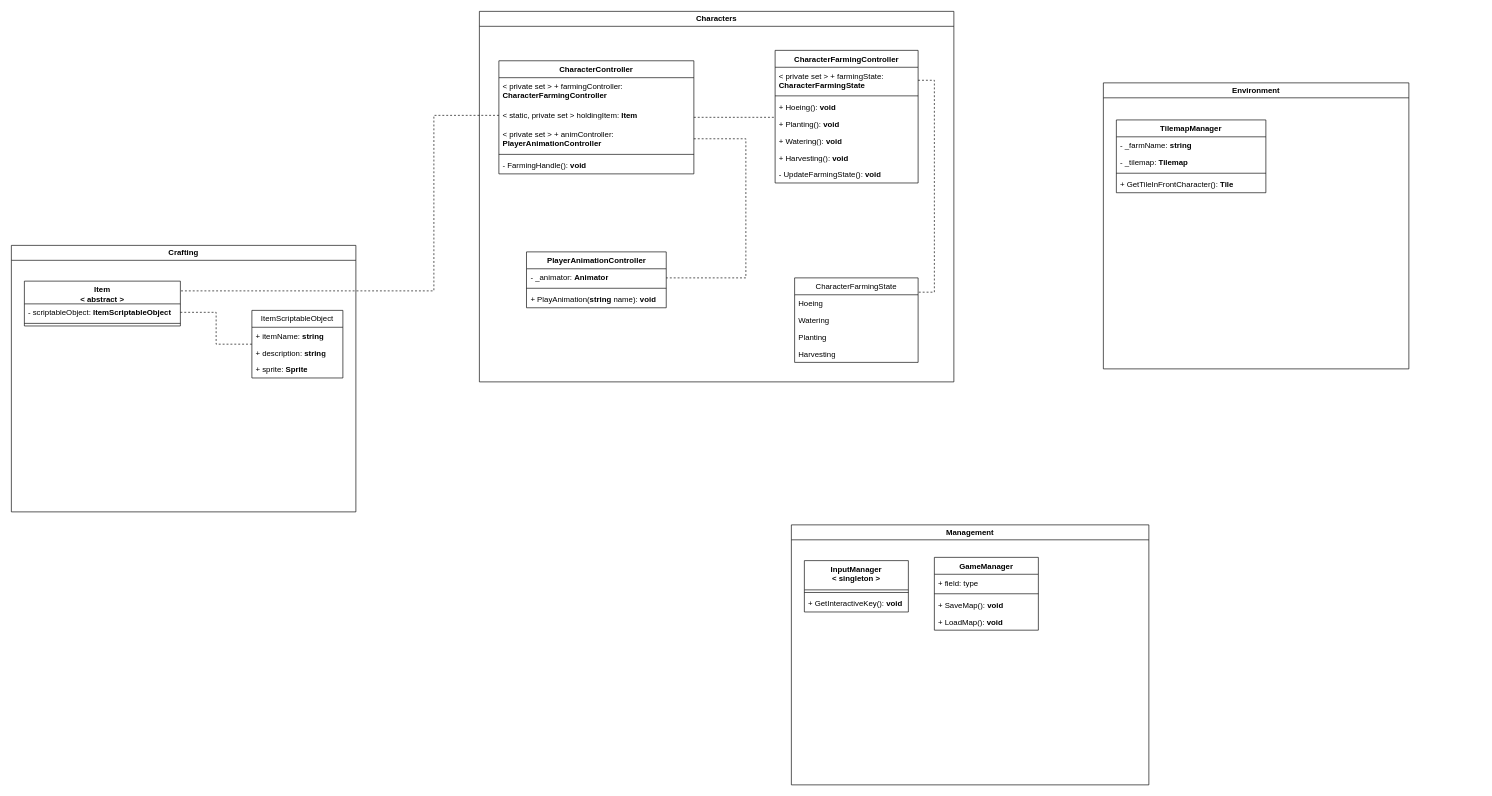
Earlier version of the draw.io diagram page "draft_farming" (3 of 4) of Document/Diagrams/sunny_field_classes.drawio (linhh563/sunny-fields). Source tidied: cells renumbered, new cells numbered last; positions are measured from the earlier drawing's top-left corner, leaving out a move shared by most shapes. Both pictures are drawn from the tidied source at 65%, with x=0, y=0 at pixel (11, 11).
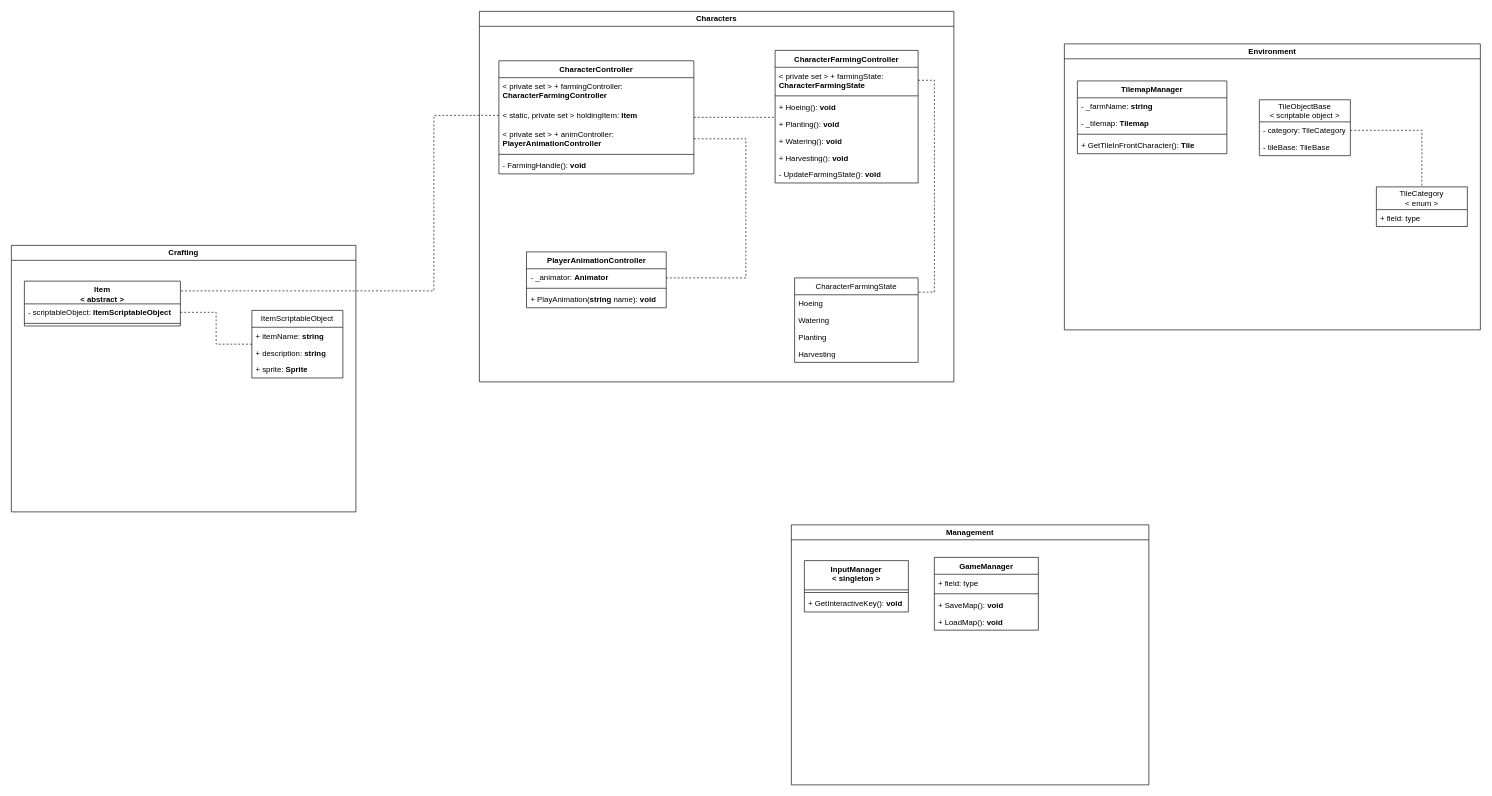
The same diagram, later.

Diff of the diagram source:
```diff
@@
     <mxCell id="2" value="Environment" style="swimlane;whiteSpace=wrap;html=1;" parent="1" vertex="1">
-      <mxGeometry x="1680" y="110" width="470" height="440" as="geometry" />
+      <mxGeometry x="1620" y="50" width="640" height="440" as="geometry" />
     </mxCell>
@@
+    <mxCell id="54" value="TileObjectBase&lt;div&gt;&amp;lt; scriptable object &amp;gt;&lt;/div&gt;" style="swimlane;fontStyle=0;horizontal=1;startSize=34;fillColor=none;whiteSpace=wrap;html=1;" parent="2" vertex="1">
+      <mxGeometry x="300" y="86" width="140" height="86" as="geometry" />
+    </mxCell>
+    <mxCell id="55" value="- category: TileCategory" style="text;strokeColor=none;fillColor=none;align=left;verticalAlign=top;spacingLeft=4;spacingRight=4;overflow=hidden;points=[[0,0.5],[1,0.5]];portConstraint=eastwest;whiteSpace=wrap;html=1;" parent="54" vertex="1">
+      <mxGeometry y="34" width="140" height="26" as="geometry" />
+    </mxCell>
+    <mxCell id="56" value="- tileBase: TileBase" style="text;strokeColor=none;fillColor=none;align=left;verticalAlign=top;spacingLeft=4;spacingRight=4;overflow=hidden;whiteSpace=wrap;html=1;" parent="54" vertex="1">
+      <mxGeometry y="60" width="140" height="26" as="geometry" />
+    </mxCell>
+    <mxCell id="57" value="TileCategory&lt;div&gt;&amp;lt; enum &amp;gt;&lt;/div&gt;" style="swimlane;fontStyle=0;horizontal=1;startSize=35;fillColor=none;whiteSpace=wrap;html=1;" parent="2" vertex="1">
+      <mxGeometry x="480" y="220" width="140" height="61" as="geometry" />
+    </mxCell>
+    <mxCell id="58" value="+ field: type" style="text;strokeColor=none;fillColor=none;align=left;verticalAlign=top;spacingLeft=4;spacingRight=4;overflow=hidden;whiteSpace=wrap;html=1;" parent="57" vertex="1">
+      <mxGeometry y="35" width="140" height="26" as="geometry" />
+    </mxCell>
+    <mxCell id="59" style="edgeStyle=orthogonalEdgeStyle;rounded=0;jettySize=auto;html=1;dashed=1;endArrow=none;startFill=0;" parent="2" edge="1" source="55" target="57">
+      <mxGeometry relative="1" as="geometry" />
+    </mxCell>
```
